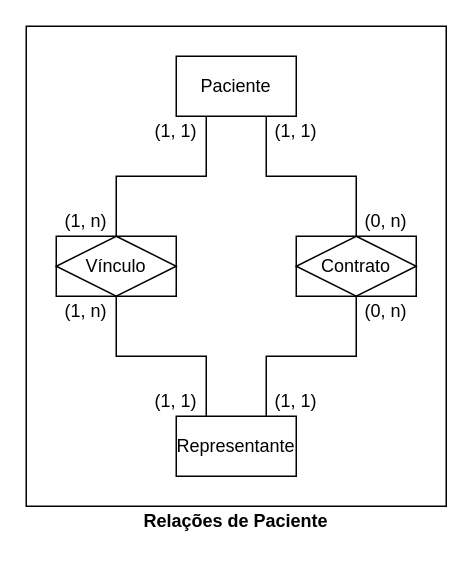
therapies-love-kids/nexus keeps this draw.io diagram as page "der" (1 of 3) of docs/diagramas.drawio. Above is the earlier version. Source tidied: cells renumbered, new cells numbered last; positions are measured from the earlier drawing's top-left corner, leaving out a move shared by most shapes. Both pictures are drawn from the tidied source at 150%, with x=0, y=0 at pixel (26, 26).
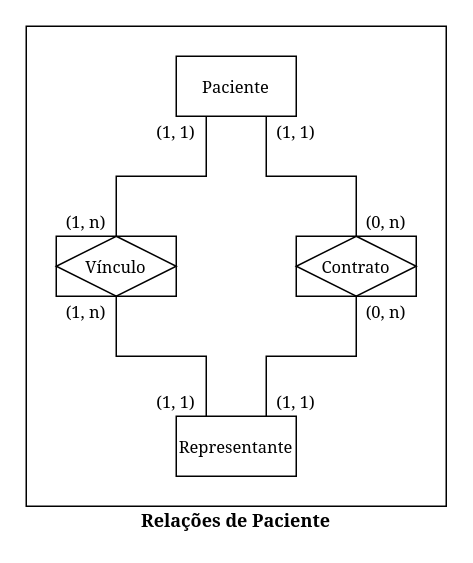
Above is the later version.

What changed in the source:
```diff
@@
-    <mxCell id="2" style="rounded=0;whiteSpace=wrap;html=1;fillColor=none;" parent="1" vertex="1">
+    <mxCell id="2" style="rounded=0;whiteSpace=wrap;html=1;fillColor=none;fontFamily=Georgia;fontSize=11;" parent="1" vertex="1">
       <mxGeometry width="280" height="320" as="geometry" />
     </mxCell>
-    <mxCell id="3" style="edgeStyle=orthogonalEdgeStyle;rounded=0;orthogonalLoop=1;jettySize=auto;html=1;entryX=0.5;entryY=0;entryDx=0;entryDy=0;endArrow=none;endFill=0;" parent="1" edge="1">
+    <mxCell id="3" style="edgeStyle=orthogonalEdgeStyle;rounded=0;orthogonalLoop=1;jettySize=auto;html=1;entryX=0.5;entryY=0;entryDx=0;entryDy=0;endArrow=none;endFill=0;fontFamily=Georgia;fontSize=11;" parent="1" edge="1">
       <mxGeometry relative="1" as="geometry">
         <mxPoint x="160" y="60" as="sourcePoint" />
         <mxPoint x="220" y="140" as="targetPoint" />
         <Array as="points">
           <mxPoint x="160" y="100" />
           <mxPoint x="220" y="100" />
         </Array>
       </mxGeometry>
     </mxCell>
-    <mxCell id="4" style="edgeStyle=orthogonalEdgeStyle;rounded=0;orthogonalLoop=1;jettySize=auto;html=1;entryX=0.5;entryY=1;entryDx=0;entryDy=0;endArrow=none;endFill=0;" parent="1" edge="1">
+    <mxCell id="4" style="edgeStyle=orthogonalEdgeStyle;rounded=0;orthogonalLoop=1;jettySize=auto;html=1;entryX=0.5;entryY=1;entryDx=0;entryDy=0;endArrow=none;endFill=0;fontFamily=Georgia;fontSize=11;" parent="1" edge="1">
       <mxGeometry relative="1" as="geometry">
         <mxPoint x="160" y="260" as="sourcePoint" />
         <mxPoint x="220" y="180" as="targetPoint" />
         <Array as="points">
           <mxPoint x="160" y="220" />
           <mxPoint x="220" y="220" />
         </Array>
       </mxGeometry>
     </mxCell>
-    <mxCell id="5" style="edgeStyle=orthogonalEdgeStyle;rounded=0;jettySize=auto;html=1;entryX=1;entryY=0;entryDx=0;entryDy=0;endArrow=none;endFill=0;" parent="1" edge="1" target="7">
+    <mxCell id="5" style="edgeStyle=orthogonalEdgeStyle;rounded=0;jettySize=auto;html=1;entryX=1;entryY=0;entryDx=0;entryDy=0;endArrow=none;endFill=0;fontFamily=Georgia;fontSize=11;" parent="1" edge="1" target="7">
       <mxGeometry relative="1" as="geometry">
         <mxPoint x="60" y="140" as="sourcePoint" />
         <Array as="points">
           <mxPoint x="60" y="100" />
           <mxPoint x="120" y="100" />
         </Array>
       </mxGeometry>
     </mxCell>
-    <mxCell id="6" style="edgeStyle=orthogonalEdgeStyle;rounded=0;jettySize=auto;html=1;entryX=1;entryY=1;entryDx=0;entryDy=0;endArrow=none;endFill=0;" parent="1" edge="1" target="8">
+    <mxCell id="6" style="edgeStyle=orthogonalEdgeStyle;rounded=0;jettySize=auto;html=1;entryX=1;entryY=1;entryDx=0;entryDy=0;endArrow=none;endFill=0;fontFamily=Georgia;fontSize=11;" parent="1" edge="1" target="8">
       <mxGeometry relative="1" as="geometry">
         <mxPoint x="60" y="180" as="sourcePoint" />
         <Array as="points">
           <mxPoint x="60" y="220" />
           <mxPoint x="120" y="220" />
         </Array>
       </mxGeometry>
     </mxCell>
-    <mxCell id="7" value="(1, 1)" style="text;html=1;align=center;verticalAlign=middle;whiteSpace=wrap;rounded=0;" parent="1" vertex="1">
+    <mxCell id="7" value="(1, 1)" style="text;html=1;align=center;verticalAlign=middle;whiteSpace=wrap;rounded=0;fontFamily=Georgia;fontSize=11;" parent="1" vertex="1">
       <mxGeometry x="80" y="60" width="40" height="20" as="geometry" />
     </mxCell>
-    <mxCell id="8" value="(1, 1)" style="text;html=1;align=center;verticalAlign=middle;whiteSpace=wrap;rounded=0;" parent="1" vertex="1">
+    <mxCell id="8" value="(1, 1)" style="text;html=1;align=center;verticalAlign=middle;whiteSpace=wrap;rounded=0;fontFamily=Georgia;fontSize=11;" parent="1" vertex="1">
       <mxGeometry x="80" y="240" width="40" height="20" as="geometry" />
     </mxCell>
-    <mxCell id="9" value="(1, 1)" style="text;html=1;align=center;verticalAlign=middle;whiteSpace=wrap;rounded=0;" parent="1" vertex="1">
+    <mxCell id="9" value="(1, 1)" style="text;html=1;align=center;verticalAlign=middle;whiteSpace=wrap;rounded=0;fontFamily=Georgia;fontSize=11;" parent="1" vertex="1">
       <mxGeometry x="160" y="60" width="40" height="20" as="geometry" />
     </mxCell>
-    <mxCell id="10" value="(1, n)" style="text;html=1;align=center;verticalAlign=middle;whiteSpace=wrap;rounded=0;" parent="1" vertex="1">
+    <mxCell id="10" value="(1, n)" style="text;html=1;align=center;verticalAlign=middle;whiteSpace=wrap;rounded=0;fontFamily=Georgia;fontSize=11;" parent="1" vertex="1">
       <mxGeometry x="20" y="180" width="40" height="20" as="geometry" />
     </mxCell>
-    <mxCell id="11" value="(1, n)" style="text;html=1;align=center;verticalAlign=middle;whiteSpace=wrap;rounded=0;" parent="1" vertex="1">
+    <mxCell id="11" value="(1, n)" style="text;html=1;align=center;verticalAlign=middle;whiteSpace=wrap;rounded=0;fontFamily=Georgia;fontSize=11;" parent="1" vertex="1">
       <mxGeometry x="20" y="120" width="40" height="20" as="geometry" />
     </mxCell>
-    <mxCell id="12" value="(0, n)" style="text;html=1;align=center;verticalAlign=middle;whiteSpace=wrap;rounded=0;" parent="1" vertex="1">
+    <mxCell id="12" value="(0, n)" style="text;html=1;align=center;verticalAlign=middle;whiteSpace=wrap;rounded=0;fontFamily=Georgia;fontSize=11;" parent="1" vertex="1">
       <mxGeometry x="220" y="120" width="40" height="20" as="geometry" />
     </mxCell>
-    <mxCell id="13" value="(0, n)" style="text;html=1;align=center;verticalAlign=middle;whiteSpace=wrap;rounded=0;" parent="1" vertex="1">
+    <mxCell id="13" value="(0, n)" style="text;html=1;align=center;verticalAlign=middle;whiteSpace=wrap;rounded=0;fontFamily=Georgia;fontSize=11;" parent="1" vertex="1">
       <mxGeometry x="220" y="180" width="40" height="20" as="geometry" />
     </mxCell>
-    <mxCell id="14" value="(1, 1)" style="text;html=1;align=center;verticalAlign=middle;whiteSpace=wrap;rounded=0;" parent="1" vertex="1">
+    <mxCell id="14" value="(1, 1)" style="text;html=1;align=center;verticalAlign=middle;whiteSpace=wrap;rounded=0;fontFamily=Georgia;fontSize=11;" parent="1" vertex="1">
       <mxGeometry x="160" y="240" width="40" height="20" as="geometry" />
     </mxCell>
-    <mxCell id="15" value="Contrato" style="shape=associativeEntity;whiteSpace=wrap;html=1;align=center;" parent="1" vertex="1">
+    <mxCell id="15" value="Contrato" style="shape=associativeEntity;whiteSpace=wrap;html=1;align=center;fontFamily=Georgia;fontSize=11;" parent="1" vertex="1">
       <mxGeometry x="180" y="140" width="80" height="40" as="geometry" />
     </mxCell>
-    <mxCell id="16" value="Vínculo" style="shape=associativeEntity;whiteSpace=wrap;html=1;align=center;" parent="1" vertex="1">
+    <mxCell id="16" value="Vínculo" style="shape=associativeEntity;whiteSpace=wrap;html=1;align=center;fontFamily=Georgia;fontSize=11;" parent="1" vertex="1">
       <mxGeometry x="20" y="140" width="80" height="40" as="geometry" />
     </mxCell>
-    <mxCell id="17" value="Paciente" style="whiteSpace=wrap;html=1;align=center;" parent="1" vertex="1">
+    <mxCell id="17" value="Paciente" style="whiteSpace=wrap;html=1;align=center;fontFamily=Georgia;fontSize=11;" parent="1" vertex="1">
       <mxGeometry x="100" y="20" width="80" height="40" as="geometry" />
     </mxCell>
-    <mxCell id="18" value="Representante" style="whiteSpace=wrap;html=1;align=center;" parent="1" vertex="1">
+    <mxCell id="18" value="Representante" style="whiteSpace=wrap;html=1;align=center;fontFamily=Georgia;fontSize=11;" parent="1" vertex="1">
       <mxGeometry x="100" y="260" width="80" height="40" as="geometry" />
     </mxCell>
-    <mxCell id="19" value="Relações de Paciente" style="text;html=1;align=center;verticalAlign=middle;whiteSpace=wrap;rounded=0;fontStyle=1;" parent="1" vertex="1">
+    <mxCell id="19" value="Relações de Paciente" style="text;html=1;align=center;verticalAlign=middle;whiteSpace=wrap;rounded=0;fontStyle=1;fontFamily=Georgia;fontSize=12;" parent="1" vertex="1">
       <mxGeometry x="60" y="320" width="160" height="20" as="geometry" />
     </mxCell>
```
